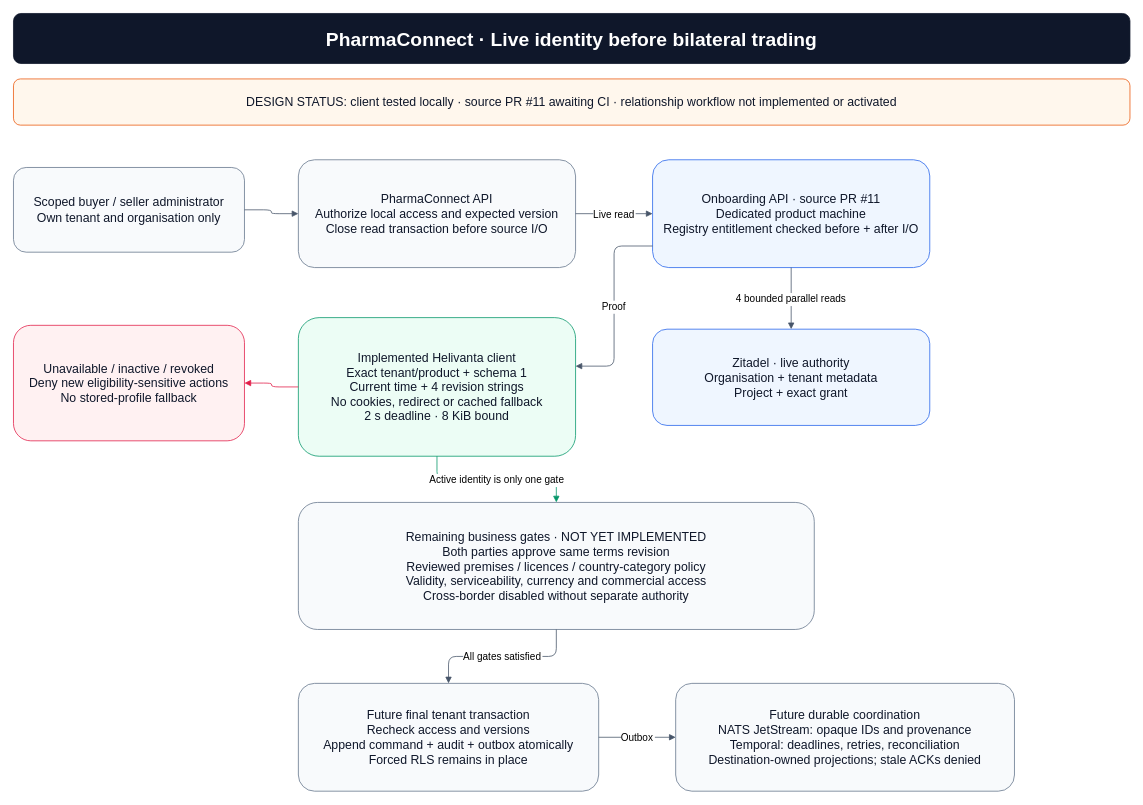
tesserix/helivanta keeps this draw.io diagram as docs/architecture/live-platform-identity.drawio. Above is the earlier version. Source tidied: cells renumbered, new cells numbered last; positions are measured from the earlier drawing's top-left corner, leaving out a move shared by most shapes. Both pictures are drawn from the tidied source at 77%, with x=0, y=0 at pixel (13, 13).
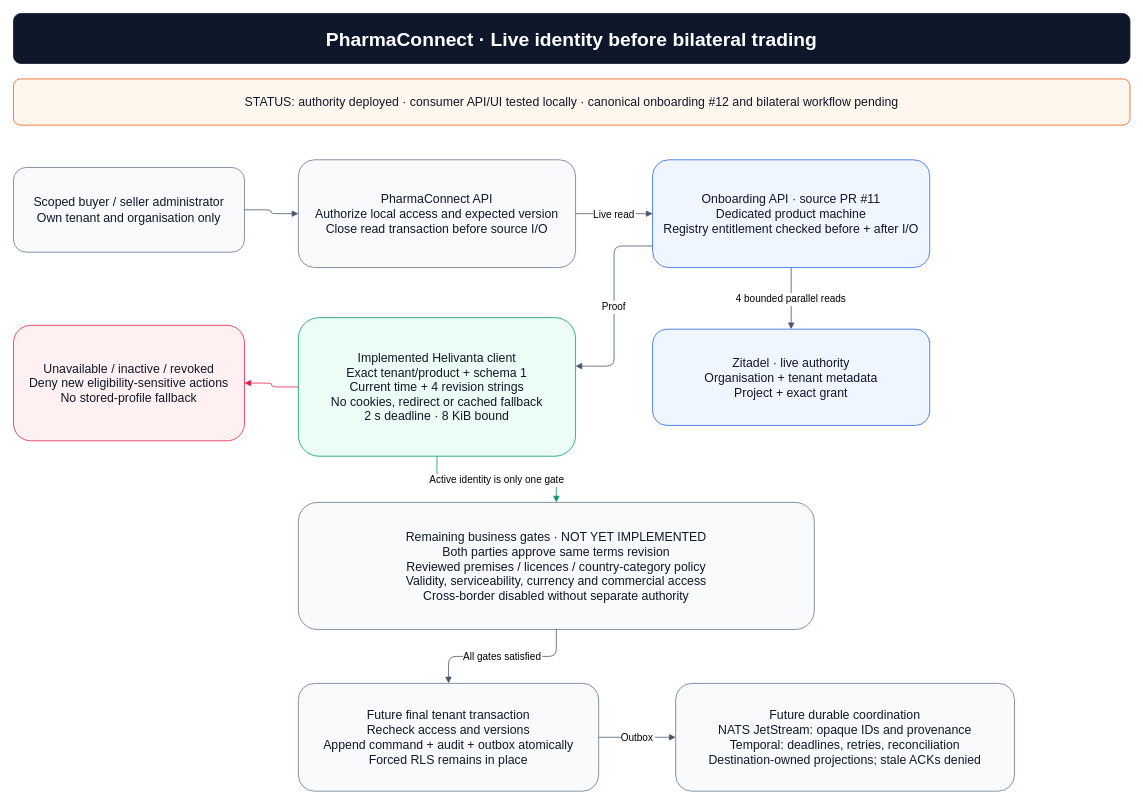
The same page after the edit.

What changed in the source:
```diff
@@
-    <mxCell id="3" value="DESIGN STATUS: client tested locally · source PR #11 awaiting CI · relationship workflow not implemented or activated" style="rounded=1;whiteSpace=wrap;html=0;fillColor=#fff7ed;strokeColor=#ea580c;fontColor=#0f172a;fontSize=16;spacing=14;" parent="1" vertex="1">
+    <mxCell id="3" value="STATUS: authority deployed · consumer API/UI tested locally · canonical onboarding #12 and bilateral workflow pending" style="rounded=1;whiteSpace=wrap;html=0;fillColor=#fff7ed;strokeColor=#ea580c;fontColor=#0f172a;fontSize=16;spacing=14;" parent="1" vertex="1">
       <mxGeometry y="85" width="1450" height="60" as="geometry" />
     </mxCell>
```
